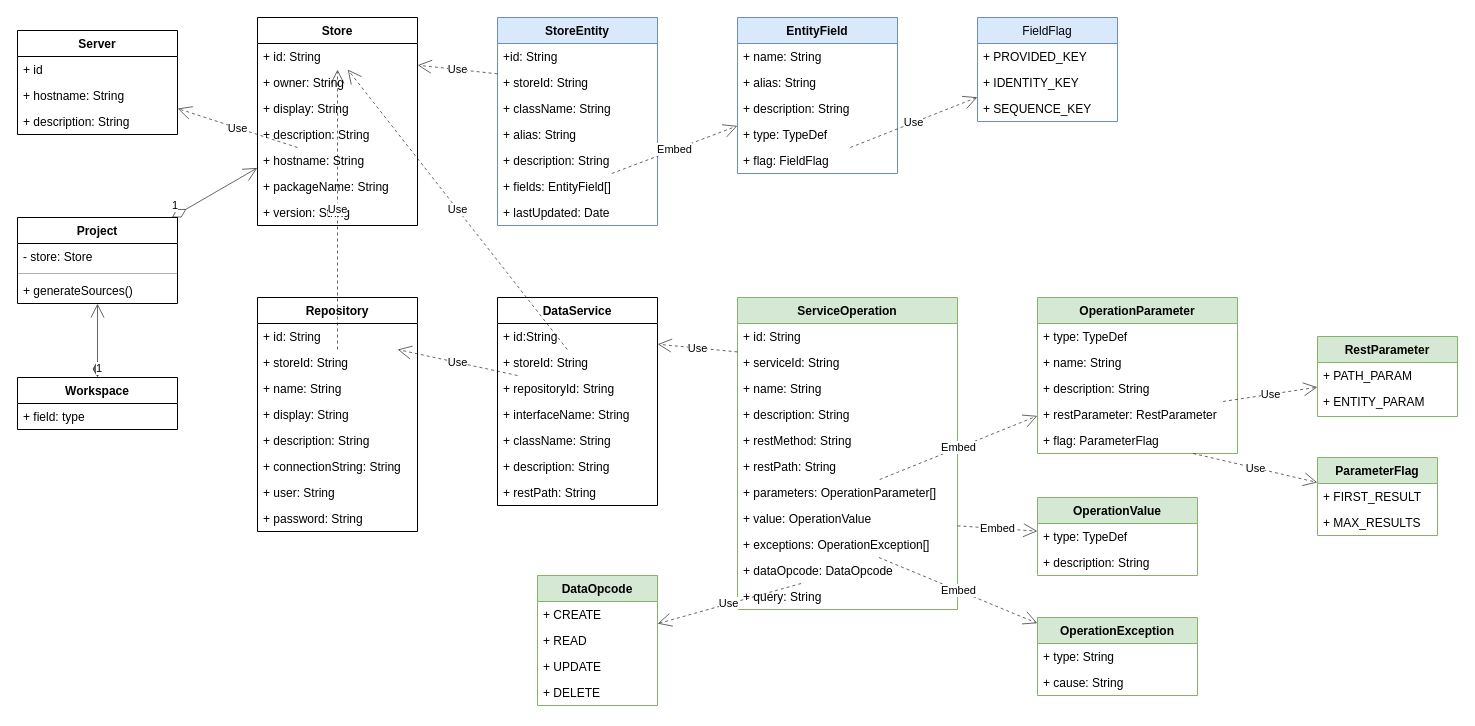
Above: doc/diagrams.drawio in js-lib-com/tiny-store (draw.io), before the change. Source tidied: cells renumbered, new cells numbered last; positions are measured from the earlier drawing's top-left corner, leaving out a move shared by most shapes. Both pictures are drawn from the tidied source at 100%, with x=0, y=0 at pixel (17, 17).
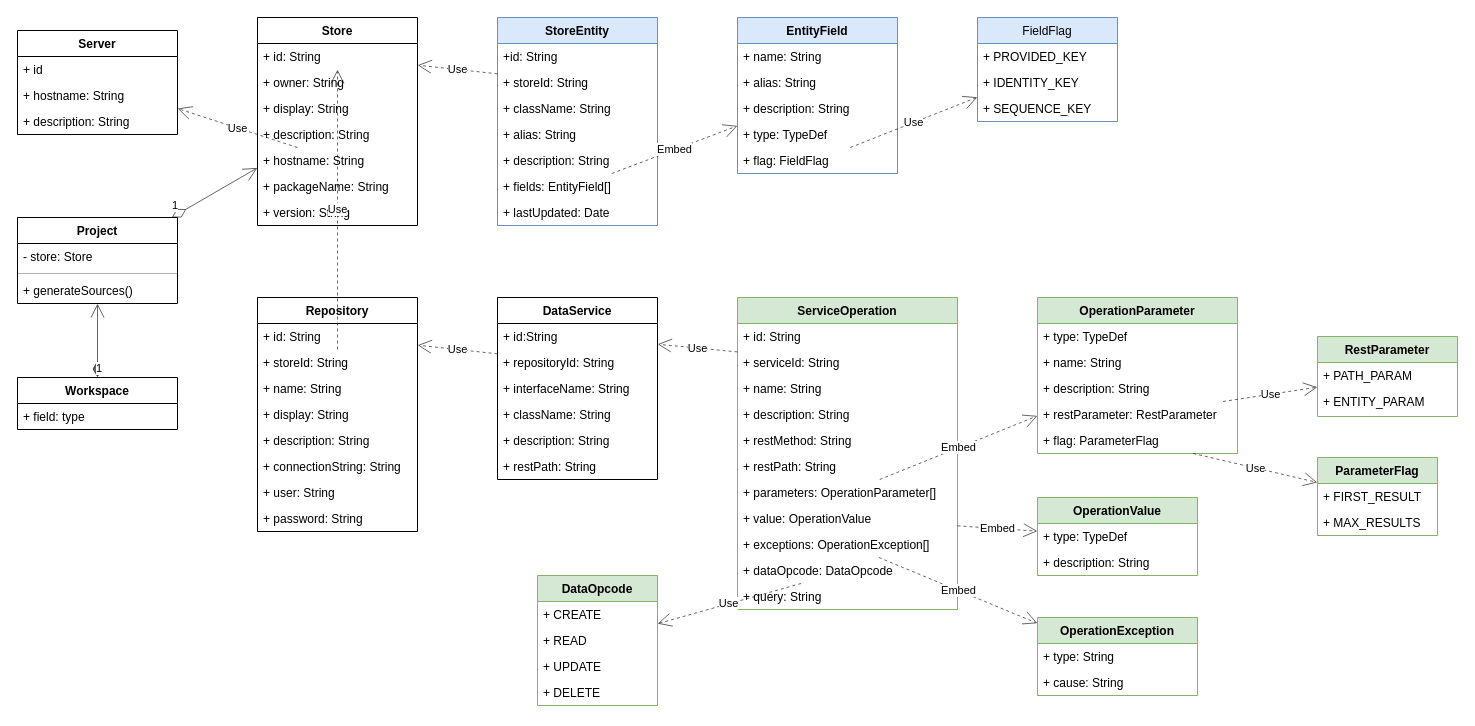
Above is the later version.

The change refers to these unchanged cells:
```xml
<mxCell id="3" value="+ id: String" style="text;strokeColor=none;fillColor=none;align=left;verticalAlign=top;spacingLeft=4;spacingRight=4;overflow=hidden;points=[[0,0.5],[1,0.5]];portConstraint=eastwest;" parent="2" vertex="1">
  <mxGeometry y="26" width="160" height="26" as="geometry" />
</mxCell>
```

Diff of the diagram source:
```diff
@@
     <mxCell id="27" value="DataService" style="swimlane;fontStyle=1;align=center;verticalAlign=top;horizontal=1;startSize=26;rounded=0;" parent="1" vertex="1">
-      <mxGeometry x="480" y="280" width="160" height="208" as="geometry" />
+      <mxGeometry x="480" y="280" width="160" height="182" as="geometry" />
     </mxCell>
@@
-    <mxCell id="29" value="+ storeId: String" style="text;strokeColor=none;fillColor=none;align=left;verticalAlign=top;spacingLeft=4;spacingRight=4;overflow=hidden;points=[[0,0.5],[1,0.5]];portConstraint=eastwest;rounded=0;opacity=30;" parent="27" vertex="1">
-      <mxGeometry y="52" width="160" height="26" as="geometry" />
-    </mxCell>
     <mxCell id="30" value="+ repositoryId: String" style="text;strokeColor=none;fillColor=none;align=left;verticalAlign=top;spacingLeft=4;spacingRight=4;overflow=hidden;points=[[0,0.5],[1,0.5]];portConstraint=eastwest;rounded=0;opacity=30;" parent="27" vertex="1">
-      <mxGeometry y="78" width="160" height="26" as="geometry" />
+      <mxGeometry y="52" width="160" height="26" as="geometry" />
     </mxCell>
     <mxCell id="31" value="+ interfaceName: String" style="text;strokeColor=none;fillColor=none;align=left;verticalAlign=top;spacingLeft=4;spacingRight=4;overflow=hidden;rounded=0;opacity=30;" parent="27" vertex="1">
-      <mxGeometry y="104" width="160" height="26" as="geometry" />
+      <mxGeometry y="78" width="160" height="26" as="geometry" />
     </mxCell>
     <mxCell id="32" value="+ className: String" style="text;strokeColor=none;fillColor=none;align=left;verticalAlign=top;spacingLeft=4;spacingRight=4;overflow=hidden;rounded=0;opacity=30;" parent="27" vertex="1">
-      <mxGeometry y="130" width="160" height="26" as="geometry" />
+      <mxGeometry y="104" width="160" height="26" as="geometry" />
     </mxCell>
     <mxCell id="33" value="+ description: String" style="text;strokeColor=none;fillColor=none;align=left;verticalAlign=top;spacingLeft=4;spacingRight=4;overflow=hidden;rounded=0;opacity=30;" parent="27" vertex="1">
-      <mxGeometry y="156" width="160" height="26" as="geometry" />
+      <mxGeometry y="130" width="160" height="26" as="geometry" />
     </mxCell>
     <mxCell id="34" value="+ restPath: String" style="text;strokeColor=none;fillColor=none;align=left;verticalAlign=top;spacingLeft=4;spacingRight=4;overflow=hidden;rounded=0;opacity=30;" parent="27" vertex="1">
-      <mxGeometry y="182" width="160" height="26" as="geometry" />
+      <mxGeometry y="156" width="160" height="26" as="geometry" />
     </mxCell>
@@
-    <mxCell id="64" value="Use" style="endArrow=open;endSize=12;dashed=1;html=1;rounded=0;opacity=60;" parent="1" edge="1" source="29" target="3">
-      <mxGeometry relative="1" as="geometry" />
-    </mxCell>
```
